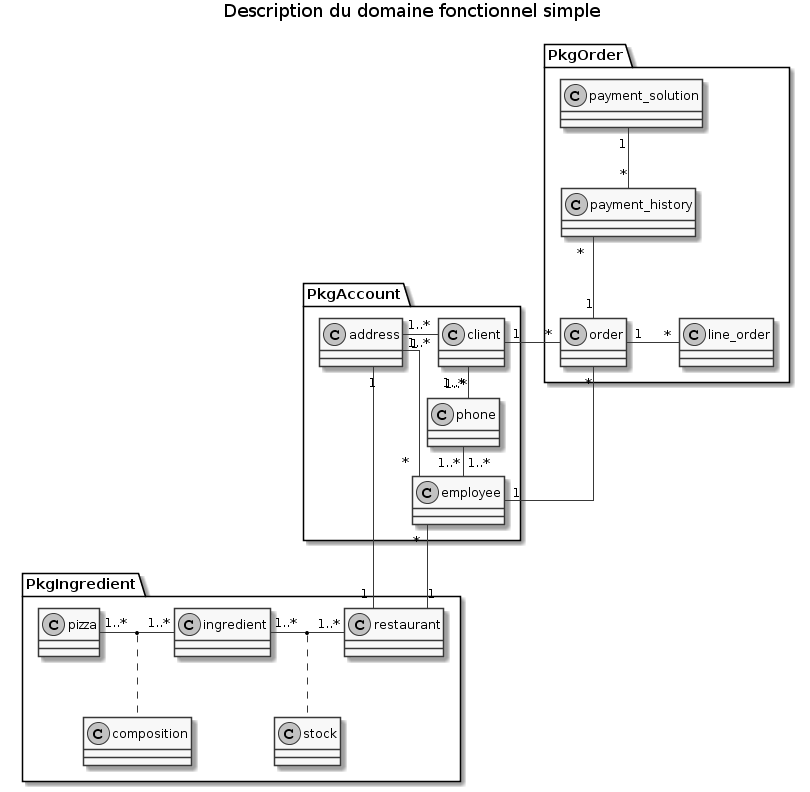
Before: functional_model_light.png, a diagram exported from PlantUML (freezed/ocp6).
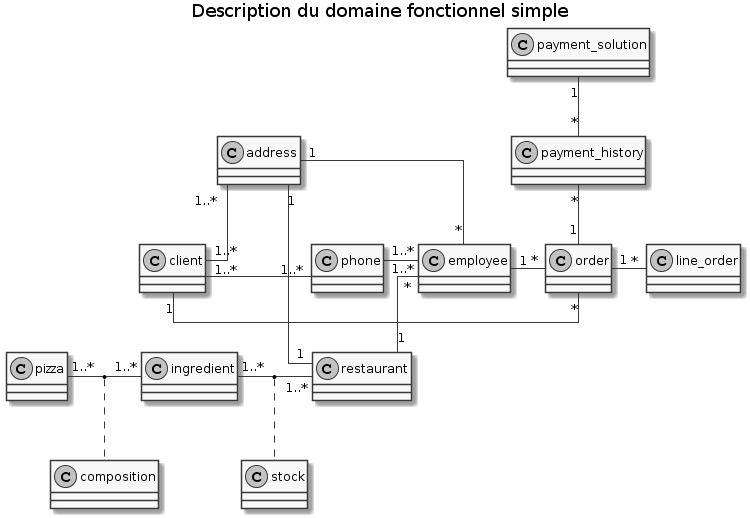
After the commit.

Commit message:
Deletes package notion in functionnal model

Diff of the diagram source:
```diff
@@ -4,45 +4,33 @@
 skinparam monochrome true
 skinparam linetype ortho
 
-package PkgOrder {
-    class line_order
-    class order
-    class payment_history
-    class payment_solution
+class address
+class client
+class composition
+class employee
+class ingredient
+class line_order
+class order
+class payment_history
+class payment_solution
+class phone
+class pizza
+class restaurant
+class stock
 
-    line_order "*" -left- "1" order : "    "
-    order "1" -up- "*" payment_history
-    payment_solution "1" -down- "*" payment_history
-}
-
-package PkgIngredient {
-    class composition
-    class ingredient
-    class pizza
-    class restaurant
-    class stock
-
-    ingredient "1..*" - "1..*" restaurant
-    (ingredient, restaurant) .. stock
-
-    pizza "1..*" - "1..*" ingredient
-    (pizza, ingredient) .. composition
-}
-
-package PkgAccount {
-    class address
-    class client
-    class employee
-    class phone
-
-    client "1..*" - "1..*" phone
-    client "1..*" -left- "1..*" address
-    address "1" -down- "*" employee
-    phone "1..*" -right- "1..*" employee
-}
-
+address "1" -- "1" restaurant
+address "1" -down- "*" employee
+client "1..*" - "1..*" phone
+client "1..*" -left- "1..*" address
 employee "1" - "*" order
+employee "*" -- "1" restaurant
+ingredient "1..*" - "1..*" restaurant
+(ingredient, restaurant) .. stock
+line_order "*" -left- "1" order
 order "*" - "1" client
-address "1" -- "1" restaurant
-employee "*" -- "1" restaurant
+order "1" -up- "*" payment_history
+payment_solution "1" -down- "*" payment_history
+phone "1..*" -right- "1..*" employee
+pizza "1..*" - "1..*" ingredient
+(pizza, ingredient) .. composition
 @enduml
```
